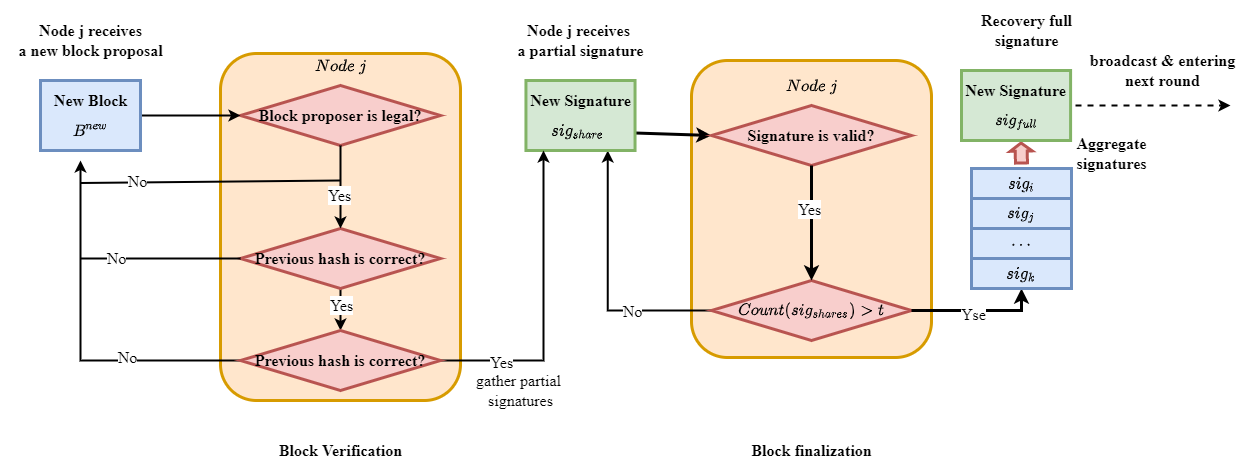
The draw.io diagram Doc/PHD_Papers/Thesis_Paper/Single-hop_Wireless_Network/A_Stable_Consensus_protoccol_in_Wireless_Blockchain_System_EN/pics/block verification.png in LiZhang2021/Blockchain, before a commit. Source tidied: cells renumbered, new cells last; positions are measured from the earlier drawing's top-left corner, leaving out a move shared by most shapes.
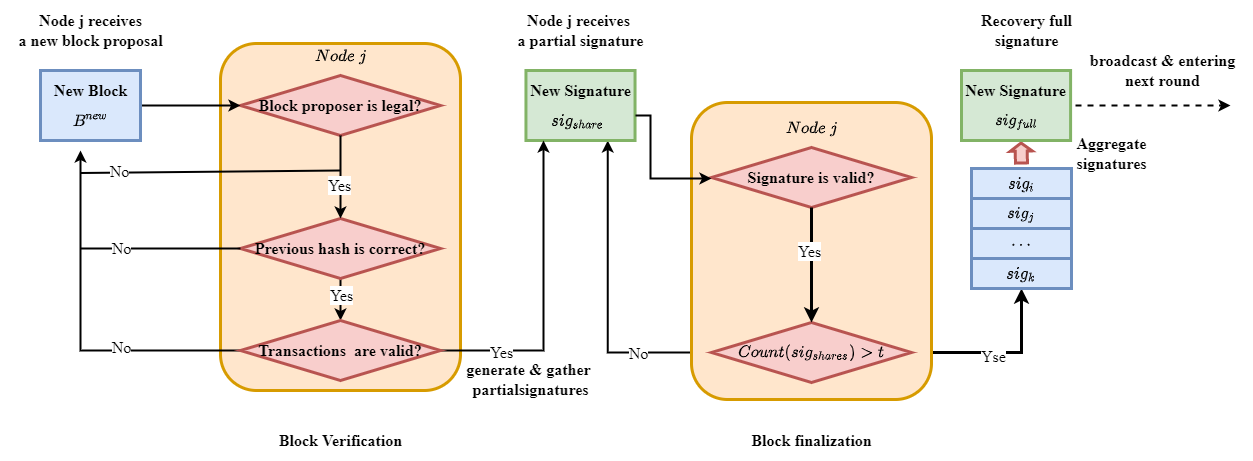
The same diagram one commit later.

What changed in the source:
```diff
@@ -2,35 +2,12 @@
   <root>
     <mxCell id="0" />
     <mxCell id="1" parent="0" />
-    <mxCell id="2" style="rounded=1;whiteSpace=wrap;html=1;strokeWidth=3;fillColor=#ffe6cc;strokeColor=#d79b00;" parent="1" vertex="1">
-      <mxGeometry x="681" y="50" width="240" height="297" as="geometry" />
-    </mxCell>
-    <mxCell id="3" value="&lt;font face=&quot;Times New Roman&quot; style=&quot;font-size: 16px&quot;&gt;&lt;span&gt;$$Node\ j$$&amp;nbsp;&lt;/span&gt;&lt;/font&gt;" style="text;html=1;align=center;verticalAlign=middle;strokeColor=none;fillColor=none;fontStyle=1;" parent="1" vertex="1">
-      <mxGeometry x="751" y="75" width="100" height="20" as="geometry" />
-    </mxCell>
-    <mxCell id="4" style="endArrow=classic;html=1;rounded=0;fontFamily=Times New Roman;fontSize=16;strokeWidth=3;entryX=0;entryY=0.5;entryDx=0;entryDy=0;exitX=1;exitY=0.75;exitDx=0;exitDy=0;" parent="1" edge="1" source="23" target="5">
-      <mxGeometry relative="1" as="geometry" />
-    </mxCell>
-    <mxCell id="5" value="&lt;b&gt;Signature is valid?&lt;/b&gt;" style="rhombus;whiteSpace=wrap;html=1;fontFamily=Times New Roman;fontSize=16;strokeWidth=3;fillColor=#f8cecc;strokeColor=#b85450;" parent="1" vertex="1">
-      <mxGeometry x="701" y="95" width="200" height="60" as="geometry" />
-    </mxCell>
     <mxCell id="6" style="edgeStyle=orthogonalEdgeStyle;rounded=0;jettySize=auto;html=1;exitX=0;exitY=0.5;exitDx=0;exitDy=0;entryX=0.75;entryY=1;entryDx=0;entryDy=0;fontFamily=Times New Roman;fontSize=16;strokeWidth=2;" parent="1" edge="1" source="8" target="23">
       <mxGeometry relative="1" as="geometry" />
     </mxCell>
-    <mxCell id="7" value="No" style="edgeLabel;html=1;align=center;verticalAlign=middle;fontSize=16;fontFamily=Times New Roman;" parent="6" vertex="1">
-      <mxGeometry x="-0.26" y="2" relative="1" as="geometry">
-        <mxPoint x="18" y="-2" as="offset" />
-      </mxGeometry>
+    <mxCell id="7" value="&lt;font style=&quot;font-size: 16px&quot; face=&quot;Times New Roman&quot;&gt;No&lt;/font&gt;" style="edgeLabel;html=1;align=center;verticalAlign=middle;" parent="6" vertex="1">
+      <mxGeometry x="-0.53" relative="1" as="geometry" />
     </mxCell>
-    <mxCell id="8" value="&lt;span&gt;$$Count(sig_{shares}) &amp;gt; t$$&lt;/span&gt;" style="rhombus;whiteSpace=wrap;html=1;fontFamily=Times New Roman;fontSize=16;strokeWidth=3;fontStyle=1;fillColor=#f8cecc;strokeColor=#b85450;" parent="1" vertex="1">
-      <mxGeometry x="701" y="270" width="200" height="60" as="geometry" />
-    </mxCell>
-    <mxCell id="9" style="endArrow=classic;html=1;rounded=0;fontFamily=Times New Roman;fontSize=16;strokeWidth=3;exitX=0.5;exitY=1;exitDx=0;exitDy=0;entryX=0.5;entryY=0;entryDx=0;entryDy=0;" parent="1" edge="1" source="5" target="8">
-      <mxGeometry relative="1" as="geometry" />
-    </mxCell>
-    <mxCell id="10" value="Yes" style="edgeLabel;html=1;align=center;verticalAlign=middle;fontSize=16;fontFamily=Times New Roman;" parent="9" vertex="1">
-      <mxGeometry x="-0.26" y="-3" relative="1" as="geometry" />
-    </mxCell>
     <mxCell id="11" value="Node j receives&amp;nbsp;&lt;br&gt;a partial signature" style="text;html=1;align=center;verticalAlign=middle;strokeColor=none;fillColor=none;fontSize=16;fontFamily=Times New Roman;fontStyle=1;" parent="1" vertex="1">
       <mxGeometry x="500" y="10" width="140" height="40" as="geometry" />
     </mxCell>
@@ -42,33 +19,33 @@
     </mxCell>
     <mxCell id="14" style="edgeStyle=orthogonalEdgeStyle;rounded=0;orthogonalLoop=1;jettySize=auto;html=1;exitX=1;exitY=0.5;exitDx=0;exitDy=0;fontFamily=Times New Roman;fontSize=16;strokeWidth=2;dashed=1;" parent="1" edge="1">
       <mxGeometry relative="1" as="geometry">
-        <mxPoint x="1065" y="95" as="sourcePoint" />
-        <mxPoint x="1220" y="95" as="targetPoint" />
+        <mxPoint x="1065" y="105" as="sourcePoint" />
+        <mxPoint x="1220" y="105" as="targetPoint" />
       </mxGeometry>
     </mxCell>
     <mxCell id="15" style="rounded=0;whiteSpace=wrap;html=1;fontFamily=Times New Roman;fontSize=16;strokeWidth=3;fillColor=#dae8fc;strokeColor=#6c8ebf;" parent="1" vertex="1">
-      <mxGeometry x="961" y="158" width="100" height="30" as="geometry" />
+      <mxGeometry x="961" y="168" width="100" height="30" as="geometry" />
     </mxCell>
     <mxCell id="16" value="&lt;b&gt;$$sig_i$$&lt;/b&gt;" style="text;html=1;align=center;verticalAlign=middle;strokeColor=none;fillColor=none;fontSize=16;fontFamily=Times New Roman;" parent="1" vertex="1">
-      <mxGeometry x="971" y="163" width="80" height="20" as="geometry" />
+      <mxGeometry x="971" y="173" width="80" height="20" as="geometry" />
     </mxCell>
     <mxCell id="17" value="$$sig_j$$" style="rounded=0;whiteSpace=wrap;html=1;fontFamily=Times New Roman;fontSize=16;strokeWidth=3;fillColor=#dae8fc;strokeColor=#6c8ebf;" parent="1" vertex="1">
-      <mxGeometry x="961" y="188" width="100" height="30" as="geometry" />
+      <mxGeometry x="961" y="198" width="100" height="30" as="geometry" />
     </mxCell>
     <mxCell id="18" value="$$\cdots$$" style="rounded=0;whiteSpace=wrap;html=1;fontFamily=Times New Roman;fontSize=16;strokeWidth=3;fillColor=#dae8fc;strokeColor=#6c8ebf;" parent="1" vertex="1">
-      <mxGeometry x="961" y="218" width="100" height="30" as="geometry" />
+      <mxGeometry x="961" y="228" width="100" height="30" as="geometry" />
     </mxCell>
     <mxCell id="19" value="$$sig_k$$" style="rounded=0;whiteSpace=wrap;html=1;fontFamily=Times New Roman;fontSize=16;strokeWidth=3;fillColor=#dae8fc;strokeColor=#6c8ebf;" parent="1" vertex="1">
-      <mxGeometry x="961" y="248" width="100" height="30" as="geometry" />
+      <mxGeometry x="961" y="258" width="100" height="30" as="geometry" />
     </mxCell>
     <mxCell id="20" style="shape=flexArrow;endArrow=classic;html=1;rounded=0;fontFamily=Times New Roman;fontSize=16;strokeWidth=3;fillColor=#f8cecc;strokeColor=#b85450;endWidth=7;endSize=1.71;" parent="1" edge="1">
       <mxGeometry relative="1" as="geometry">
-        <mxPoint x="1011" y="154" as="sourcePoint" />
-        <mxPoint x="1010.5" y="131" as="targetPoint" />
+        <mxPoint x="1011" y="164" as="sourcePoint" />
+        <mxPoint x="1010.5" y="141" as="targetPoint" />
       </mxGeometry>
     </mxCell>
     <mxCell id="21" value="Aggregate&lt;br&gt;signatures" style="text;html=1;align=center;verticalAlign=middle;strokeColor=none;fillColor=none;fontSize=16;fontFamily=Times New Roman;fontStyle=1;" parent="1" vertex="1">
-      <mxGeometry x="1056" y="123" width="90" height="40" as="geometry" />
+      <mxGeometry x="1056" y="133" width="90" height="40" as="geometry" />
     </mxCell>
     <mxCell id="22" style="group;" parent="1" vertex="1">
       <mxGeometry x="510" y="70" width="120" height="70" as="geometry" />
@@ -83,10 +60,10 @@
       <mxGeometry x="-3.5" y="40" width="120" height="20" as="geometry" />
     </mxCell>
     <mxCell id="26" value="Recovery full&lt;br&gt;signature" style="text;html=1;align=center;verticalAlign=middle;strokeColor=none;fillColor=none;fontSize=16;fontFamily=Times New Roman;fontStyle=1;" parent="1" vertex="1">
-      <mxGeometry x="961" width="110" height="40" as="geometry" />
+      <mxGeometry x="961" y="10" width="110" height="40" as="geometry" />
     </mxCell>
     <mxCell id="27" value="broadcast &amp;amp; entering&lt;br&gt;next round" style="text;html=1;align=center;verticalAlign=middle;strokeColor=none;fillColor=none;fontSize=16;fontFamily=Times New Roman;fontStyle=1;" parent="1" vertex="1">
-      <mxGeometry x="1072" y="40" width="160" height="40" as="geometry" />
+      <mxGeometry x="1072" y="50" width="160" height="40" as="geometry" />
     </mxCell>
     <mxCell id="28" style="rounded=1;whiteSpace=wrap;html=1;strokeWidth=3;fillColor=#ffe6cc;strokeColor=#d79b00;" parent="1" vertex="1">
       <mxGeometry x="210" y="43" width="240" height="347" as="geometry" />
@@ -139,7 +116,7 @@
       <mxGeometry x="25" y="110" width="110" height="20" as="geometry" />
     </mxCell>
     <mxCell id="41" style="group;" parent="1" vertex="1">
-      <mxGeometry x="951" y="60" width="120" height="70" as="geometry" />
+      <mxGeometry x="951" y="70" width="120" height="70" as="geometry" />
     </mxCell>
     <mxCell id="42" style="rounded=0;whiteSpace=wrap;html=1;fontFamily=Times New Roman;fontSize=16;strokeWidth=3;fillColor=#d5e8d4;strokeColor=#82b366;" parent="41" vertex="1">
       <mxGeometry width="109.1" height="70" as="geometry" />
@@ -164,13 +141,15 @@
       </mxGeometry>
     </mxCell>
     <mxCell id="48" value="No" style="edgeLabel;html=1;align=center;verticalAlign=middle;fontSize=16;fontFamily=Times New Roman;" parent="47" vertex="1">
-      <mxGeometry x="-0.37" y="-4" relative="1" as="geometry" />
+      <mxGeometry x="-0.37" y="-4" relative="1" as="geometry">
+        <mxPoint x="-6" as="offset" />
+      </mxGeometry>
     </mxCell>
-    <mxCell id="49" value="&lt;b&gt;Previous hash is correct?&lt;/b&gt;" style="rhombus;whiteSpace=wrap;html=1;fontFamily=Times New Roman;fontSize=16;strokeWidth=3;fillColor=#f8cecc;strokeColor=#b85450;" parent="1" vertex="1">
+    <mxCell id="49" value="&lt;b&gt;Transactions&amp;nbsp; are valid?&lt;/b&gt;" style="rhombus;whiteSpace=wrap;html=1;fontFamily=Times New Roman;fontSize=16;strokeWidth=3;fillColor=#f8cecc;strokeColor=#b85450;" parent="1" vertex="1">
       <mxGeometry x="230" y="320" width="200" height="60" as="geometry" />
     </mxCell>
-    <mxCell id="50" value="gather partial &lt;br&gt;signatures" style="text;html=1;align=center;verticalAlign=middle;strokeColor=none;fillColor=none;fontSize=16;fontFamily=Times New Roman;fontStyle=0;" parent="1" vertex="1">
-      <mxGeometry x="460" y="360" width="100" height="40" as="geometry" />
+    <mxCell id="50" value="generate &amp;amp; gather &lt;br&gt;partialsignatures" style="text;html=1;align=center;verticalAlign=middle;strokeColor=none;fillColor=none;fontSize=16;fontFamily=Times New Roman;fontStyle=1;" parent="1" vertex="1">
+      <mxGeometry x="450" y="359" width="140" height="40" as="geometry" />
     </mxCell>
     <mxCell id="51" style="endArrow=none;html=1;rounded=0;fontFamily=Times New Roman;fontSize=16;strokeWidth=2;entryX=0;entryY=0.5;entryDx=0;entryDy=0;" parent="1" edge="1" target="33">
       <mxGeometry relative="1" as="geometry">
@@ -178,7 +157,9 @@
       </mxGeometry>
     </mxCell>
     <mxCell id="52" value="No" style="edgeLabel;html=1;align=center;verticalAlign=middle;fontSize=16;fontFamily=Times New Roman;" parent="51" vertex="1">
-      <mxGeometry x="-0.56" y="1" relative="1" as="geometry" />
+      <mxGeometry x="-0.56" y="1" relative="1" as="geometry">
+        <mxPoint x="5" as="offset" />
+      </mxGeometry>
     </mxCell>
     <mxCell id="53" style="endArrow=none;html=1;rounded=0;fontFamily=Times New Roman;fontSize=16;strokeWidth=2;" parent="1" edge="1">
       <mxGeometry relative="1" as="geometry">
@@ -187,7 +168,9 @@
       </mxGeometry>
     </mxCell>
     <mxCell id="54" value="No" style="edgeLabel;html=1;align=center;verticalAlign=middle;fontSize=16;fontFamily=Times New Roman;" parent="53" vertex="1">
-      <mxGeometry x="-0.56" y="1" relative="1" as="geometry" />
+      <mxGeometry x="-0.56" y="1" relative="1" as="geometry">
+        <mxPoint x="-18" as="offset" />
+      </mxGeometry>
     </mxCell>
     <mxCell id="55" value="Block Verification" style="text;html=1;align=center;verticalAlign=middle;strokeColor=none;fillColor=none;fontSize=16;fontFamily=Times New Roman;fontStyle=1;" parent="1" vertex="1">
       <mxGeometry x="260" y="430" width="140" height="20" as="geometry" />
@@ -195,5 +178,36 @@
     <mxCell id="56" value="Block finalization" style="text;html=1;align=center;verticalAlign=middle;strokeColor=none;fillColor=none;fontSize=16;fontFamily=Times New Roman;fontStyle=1;" parent="1" vertex="1">
       <mxGeometry x="731" y="430" width="140" height="20" as="geometry" />
     </mxCell>
+    <mxCell id="57" style="group;" parent="1" vertex="1">
+      <mxGeometry x="681" y="102" width="240" height="297" as="geometry" />
+    </mxCell>
+    <mxCell id="2" style="rounded=1;whiteSpace=wrap;html=1;strokeWidth=3;fillColor=#ffe6cc;strokeColor=#d79b00;" parent="57" vertex="1">
+      <mxGeometry width="240" height="297" as="geometry" />
+    </mxCell>
+    <mxCell id="3" value="&lt;font face=&quot;Times New Roman&quot; style=&quot;font-size: 16px&quot;&gt;&lt;span&gt;$$Node\ j$$&amp;nbsp;&lt;/span&gt;&lt;/font&gt;" style="text;html=1;align=center;verticalAlign=middle;strokeColor=none;fillColor=none;fontStyle=1;" parent="57" vertex="1">
+      <mxGeometry x="70" y="25" width="100" height="20" as="geometry" />
+    </mxCell>
+    <mxCell id="5" value="&lt;b&gt;Signature is valid?&lt;/b&gt;" style="rhombus;whiteSpace=wrap;html=1;fontFamily=Times New Roman;fontSize=16;strokeWidth=3;fillColor=#f8cecc;strokeColor=#b85450;" parent="57" vertex="1">
+      <mxGeometry x="20" y="45" width="200" height="60" as="geometry" />
+    </mxCell>
+    <mxCell id="8" value="&lt;span&gt;$$Count(sig_{shares}) &amp;gt; t$$&lt;/span&gt;" style="rhombus;whiteSpace=wrap;html=1;fontFamily=Times New Roman;fontSize=16;strokeWidth=3;fontStyle=1;fillColor=#f8cecc;strokeColor=#b85450;" parent="57" vertex="1">
+      <mxGeometry x="20" y="220" width="200" height="60" as="geometry" />
+    </mxCell>
+    <mxCell id="9" style="endArrow=classic;html=1;rounded=0;fontFamily=Times New Roman;fontSize=16;strokeWidth=3;exitX=0.5;exitY=1;exitDx=0;exitDy=0;entryX=0.5;entryY=0;entryDx=0;entryDy=0;" parent="57" edge="1" source="5" target="8">
+      <mxGeometry relative="1" as="geometry" />
+    </mxCell>
+    <mxCell id="10" value="Yes" style="edgeLabel;html=1;align=center;verticalAlign=middle;fontSize=16;fontFamily=Times New Roman;" parent="9" vertex="1">
+      <mxGeometry x="-0.26" y="-3" relative="1" as="geometry" />
+    </mxCell>
+    <mxCell id="58" style="edgeStyle=orthogonalEdgeStyle;rounded=0;orthogonalLoop=1;jettySize=auto;html=1;exitX=0.987;exitY=0.05;exitDx=0;exitDy=0;entryX=0;entryY=0.5;entryDx=0;entryDy=0;exitPerimeter=0;strokeWidth=2;" parent="1" edge="1">
+      <mxGeometry relative="1" as="geometry">
+        <mxPoint x="625" y="115" as="sourcePoint" />
+        <mxPoint x="701" y="178" as="targetPoint" />
+        <Array as="points">
+          <mxPoint x="640" y="115" />
+          <mxPoint x="640" y="178" />
+        </Array>
+      </mxGeometry>
+    </mxCell>
   </root>
 </mxGraphModel>
```
